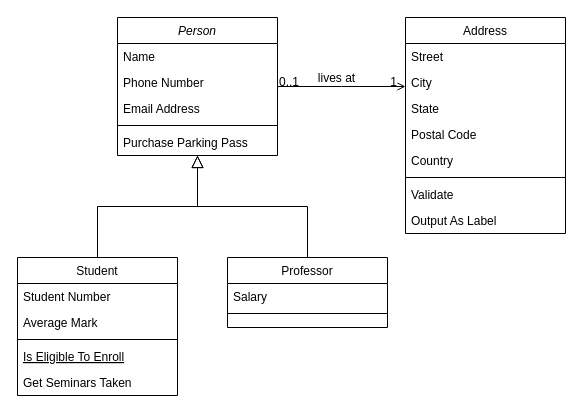
The draw.io diagram Palíndromo/metodo_de_clase.drawio in andmansim/Ejercicios_Clases_-de_POO, before the edit. Source tidied: cells renumbered, new cells numbered last; positions are measured from the earlier drawing's top-left corner, leaving out a move shared by most shapes. Both pictures are drawn from the tidied source at 100%, with x=0, y=0 at pixel (17, 17).
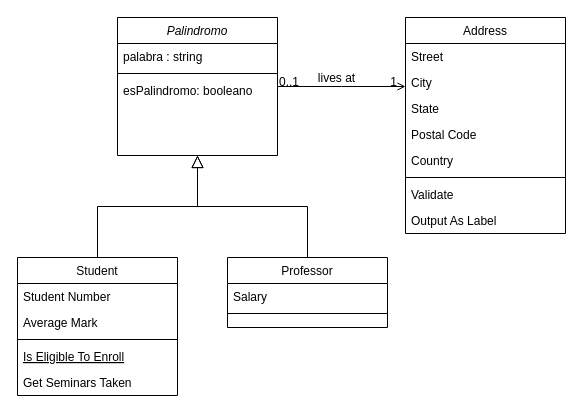
Above is the later version.

The edit, as a diff of the source:
```diff
@@
-    <mxCell id="2" value="Person" style="swimlane;fontStyle=2;align=center;verticalAlign=top;horizontal=1;startSize=26;rounded=0;shadow=0;strokeWidth=1;" parent="1" vertex="1">
+    <mxCell id="2" value="Palindromo" style="swimlane;fontStyle=2;align=center;verticalAlign=top;horizontal=1;startSize=26;rounded=0;shadow=0;strokeWidth=1;" parent="1" vertex="1">
       <mxGeometry x="100" width="160" height="138" as="geometry" />
     </mxCell>
-    <mxCell id="3" value="Name" style="text;align=left;verticalAlign=top;spacingLeft=4;spacingRight=4;overflow=hidden;" parent="2" vertex="1">
+    <mxCell id="3" value="palabra : string" style="text;align=left;verticalAlign=top;spacingLeft=4;spacingRight=4;overflow=hidden;" parent="2" vertex="1">
       <mxGeometry y="26" width="160" height="26" as="geometry" />
     </mxCell>
-    <mxCell id="4" value="Phone Number" style="text;align=left;verticalAlign=top;spacingLeft=4;spacingRight=4;overflow=hidden;rounded=0;shadow=0;html=0;" parent="2" vertex="1">
-      <mxGeometry y="52" width="160" height="26" as="geometry" />
-    </mxCell>
-    <mxCell id="5" value="Email Address" style="text;align=left;verticalAlign=top;spacingLeft=4;spacingRight=4;overflow=hidden;rounded=0;shadow=0;html=0;" parent="2" vertex="1">
-      <mxGeometry y="78" width="160" height="26" as="geometry" />
-    </mxCell>
     <mxCell id="6" style="line;html=1;strokeWidth=1;align=left;verticalAlign=middle;spacingTop=-1;spacingLeft=3;spacingRight=3;labelPosition=right;" parent="2" vertex="1">
-      <mxGeometry y="104" width="160" height="8" as="geometry" />
+      <mxGeometry y="52" width="160" height="8" as="geometry" />
     </mxCell>
-    <mxCell id="7" value="Purchase Parking Pass" style="text;align=left;verticalAlign=top;spacingLeft=4;spacingRight=4;overflow=hidden;" parent="2" vertex="1">
-      <mxGeometry y="112" width="160" height="26" as="geometry" />
+    <mxCell id="7" value="esPalindromo: booleano" style="text;align=left;verticalAlign=top;spacingLeft=4;spacingRight=4;overflow=hidden;" parent="2" vertex="1">
+      <mxGeometry y="60" width="160" height="26" as="geometry" />
     </mxCell>
```
